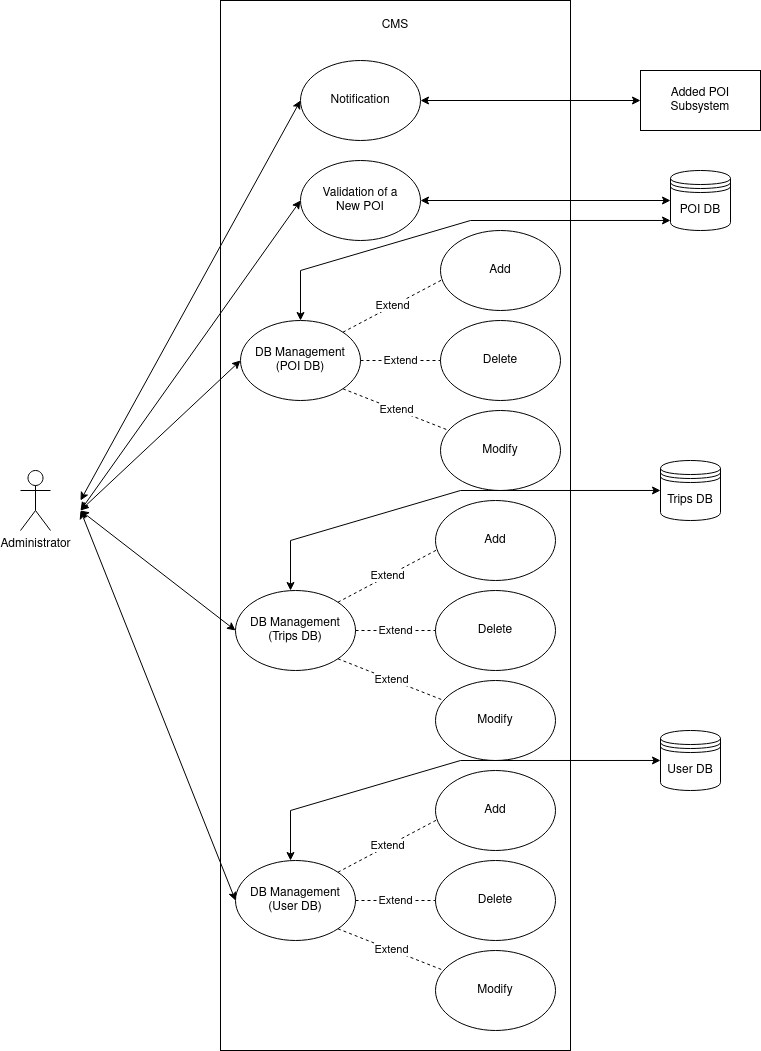
Earlier version of the draw.io export use_cases/CMS.drawio.png (Qiselong/SE-RASTA). Source tidied: cells renumbered, new cells last; positions are measured from the earlier drawing's top-left corner, leaving out a move shared by most shapes. Source of this version:
```xml
<mxGraphModel>
  <root>
    <mxCell id="0" />
    <mxCell id="1" parent="0" />
    <mxCell id="2" style="rounded=0;whiteSpace=wrap;html=1;" parent="1" vertex="1">
      <mxGeometry x="200" width="350" height="1050" as="geometry" />
    </mxCell>
    <mxCell id="3" value="&lt;div&gt;Added POI&lt;/div&gt;&lt;div&gt;Subsystem&lt;br&gt;&lt;/div&gt;" style="rounded=0;whiteSpace=wrap;html=1;" parent="1" vertex="1">
      <mxGeometry x="620" y="70" width="120" height="60" as="geometry" />
    </mxCell>
    <mxCell id="4" value="Notification" style="ellipse;whiteSpace=wrap;html=1;" parent="1" vertex="1">
      <mxGeometry x="280" y="60" width="120" height="80" as="geometry" />
    </mxCell>
    <mxCell id="5" style="endArrow=classic;startArrow=classic;html=1;rounded=0;entryX=0;entryY=0.5;entryDx=0;entryDy=0;exitX=1;exitY=0.5;exitDx=0;exitDy=0;" parent="1" edge="1" source="4" target="3">
      <mxGeometry relative="1" as="geometry" />
    </mxCell>
    <mxCell id="6" value="CMS" style="text;html=1;strokeColor=none;fillColor=none;align=center;verticalAlign=middle;whiteSpace=wrap;rounded=0;" parent="1" vertex="1">
      <mxGeometry x="345" y="10" width="60" height="30" as="geometry" />
    </mxCell>
    <mxCell id="7" value="Administrator" style="shape=umlActor;verticalLabelPosition=bottom;verticalAlign=top;html=1;" parent="1" vertex="1">
      <mxGeometry y="470" width="30" height="60" as="geometry" />
    </mxCell>
    <mxCell id="8" style="endArrow=classic;startArrow=classic;html=1;rounded=0;entryX=0;entryY=0.5;entryDx=0;entryDy=0;" parent="1" edge="1" target="4">
      <mxGeometry relative="1" as="geometry">
        <mxPoint x="60" y="500" as="sourcePoint" />
      </mxGeometry>
    </mxCell>
    <mxCell id="9" value="&lt;div&gt;Validation of a &lt;br&gt;&lt;/div&gt;&lt;div&gt;New POI&lt;br&gt;&lt;/div&gt;" style="ellipse;whiteSpace=wrap;html=1;" parent="1" vertex="1">
      <mxGeometry x="280" y="160" width="120" height="80" as="geometry" />
    </mxCell>
    <mxCell id="10" value="POI DB" style="shape=datastore;whiteSpace=wrap;html=1;" parent="1" vertex="1">
      <mxGeometry x="650" y="170" width="60" height="60" as="geometry" />
    </mxCell>
    <mxCell id="11" style="endArrow=classic;startArrow=classic;html=1;rounded=0;entryX=0;entryY=0.5;entryDx=0;entryDy=0;" parent="1" edge="1" target="9">
      <mxGeometry relative="1" as="geometry">
        <mxPoint x="60" y="510" as="sourcePoint" />
      </mxGeometry>
    </mxCell>
    <mxCell id="12" style="endArrow=classic;startArrow=classic;html=1;rounded=0;entryX=0;entryY=0.5;entryDx=0;entryDy=0;exitX=1;exitY=0.5;exitDx=0;exitDy=0;" parent="1" edge="1" source="9" target="10">
      <mxGeometry relative="1" as="geometry" />
    </mxCell>
    <mxCell id="13" value="&lt;div&gt;DB Management&lt;/div&gt;&lt;div&gt;(POI DB)&lt;br&gt;&lt;/div&gt;" style="ellipse;whiteSpace=wrap;html=1;" parent="1" vertex="1">
      <mxGeometry x="220" y="320" width="120" height="80" as="geometry" />
    </mxCell>
    <mxCell id="14" value="Add" style="ellipse;whiteSpace=wrap;html=1;" parent="1" vertex="1">
      <mxGeometry x="420" y="230" width="120" height="80" as="geometry" />
    </mxCell>
    <mxCell id="15" value="Delete" style="ellipse;whiteSpace=wrap;html=1;" parent="1" vertex="1">
      <mxGeometry x="420" y="320" width="120" height="80" as="geometry" />
    </mxCell>
    <mxCell id="16" value="Modify" style="ellipse;whiteSpace=wrap;html=1;" parent="1" vertex="1">
      <mxGeometry x="420" y="410" width="120" height="80" as="geometry" />
    </mxCell>
    <mxCell id="17" value="Extend" style="endArrow=none;dashed=1;html=1;rounded=0;entryX=0.017;entryY=0.613;entryDx=0;entryDy=0;entryPerimeter=0;exitX=1;exitY=0;exitDx=0;exitDy=0;" parent="1" edge="1" source="13" target="14">
      <mxGeometry relative="1" as="geometry" />
    </mxCell>
    <mxCell id="18" value="&lt;div&gt;Extend&lt;/div&gt;" style="endArrow=none;dashed=1;html=1;rounded=0;exitX=1;exitY=0.5;exitDx=0;exitDy=0;entryX=0;entryY=0.5;entryDx=0;entryDy=0;" parent="1" edge="1" source="13" target="15">
      <mxGeometry relative="1" as="geometry" />
    </mxCell>
    <mxCell id="19" value="&lt;div&gt;Extend&lt;/div&gt;" style="endArrow=none;dashed=1;html=1;rounded=0;exitX=1;exitY=1;exitDx=0;exitDy=0;" parent="1" edge="1" source="13" target="16">
      <mxGeometry relative="1" as="geometry" />
    </mxCell>
    <mxCell id="20" value="&lt;div&gt;DB Management&lt;/div&gt;&lt;div&gt;(User DB)&lt;br&gt;&lt;/div&gt;" style="ellipse;whiteSpace=wrap;html=1;" parent="1" vertex="1">
      <mxGeometry x="215" y="860" width="120" height="80" as="geometry" />
    </mxCell>
    <mxCell id="21" value="Add" style="ellipse;whiteSpace=wrap;html=1;" parent="1" vertex="1">
      <mxGeometry x="415" y="770" width="120" height="80" as="geometry" />
    </mxCell>
    <mxCell id="22" value="Delete" style="ellipse;whiteSpace=wrap;html=1;" parent="1" vertex="1">
      <mxGeometry x="415" y="860" width="120" height="80" as="geometry" />
    </mxCell>
    <mxCell id="23" value="Modify" style="ellipse;whiteSpace=wrap;html=1;" parent="1" vertex="1">
      <mxGeometry x="415" y="950" width="120" height="80" as="geometry" />
    </mxCell>
    <mxCell id="24" value="Extend" style="endArrow=none;dashed=1;html=1;rounded=0;entryX=0.017;entryY=0.613;entryDx=0;entryDy=0;entryPerimeter=0;exitX=1;exitY=0;exitDx=0;exitDy=0;" parent="1" edge="1" source="20" target="21">
      <mxGeometry relative="1" as="geometry" />
    </mxCell>
    <mxCell id="25" value="&lt;div&gt;Extend&lt;/div&gt;" style="endArrow=none;dashed=1;html=1;rounded=0;exitX=1;exitY=0.5;exitDx=0;exitDy=0;entryX=0;entryY=0.5;entryDx=0;entryDy=0;" parent="1" edge="1" source="20" target="22">
      <mxGeometry relative="1" as="geometry" />
    </mxCell>
    <mxCell id="26" value="&lt;div&gt;Extend&lt;/div&gt;" style="endArrow=none;dashed=1;html=1;rounded=0;exitX=1;exitY=1;exitDx=0;exitDy=0;" parent="1" edge="1" source="20" target="23">
      <mxGeometry relative="1" as="geometry" />
    </mxCell>
    <mxCell id="27" value="&lt;div&gt;DB Management&lt;/div&gt;&lt;div&gt;(Trips DB)&lt;br&gt;&lt;/div&gt;" style="ellipse;whiteSpace=wrap;html=1;" parent="1" vertex="1">
      <mxGeometry x="215" y="590" width="120" height="80" as="geometry" />
    </mxCell>
    <mxCell id="28" value="Add" style="ellipse;whiteSpace=wrap;html=1;" parent="1" vertex="1">
      <mxGeometry x="415" y="500" width="120" height="80" as="geometry" />
    </mxCell>
    <mxCell id="29" value="Delete" style="ellipse;whiteSpace=wrap;html=1;" parent="1" vertex="1">
      <mxGeometry x="415" y="590" width="120" height="80" as="geometry" />
    </mxCell>
    <mxCell id="30" value="Modify" style="ellipse;whiteSpace=wrap;html=1;" parent="1" vertex="1">
      <mxGeometry x="415" y="680" width="120" height="80" as="geometry" />
    </mxCell>
    <mxCell id="31" value="Extend" style="endArrow=none;dashed=1;html=1;rounded=0;entryX=0.017;entryY=0.613;entryDx=0;entryDy=0;entryPerimeter=0;exitX=1;exitY=0;exitDx=0;exitDy=0;" parent="1" edge="1" source="27" target="28">
      <mxGeometry relative="1" as="geometry" />
    </mxCell>
    <mxCell id="32" value="&lt;div&gt;Extend&lt;/div&gt;" style="endArrow=none;dashed=1;html=1;rounded=0;exitX=1;exitY=0.5;exitDx=0;exitDy=0;entryX=0;entryY=0.5;entryDx=0;entryDy=0;" parent="1" edge="1" source="27" target="29">
      <mxGeometry relative="1" as="geometry" />
    </mxCell>
    <mxCell id="33" value="&lt;div&gt;Extend&lt;/div&gt;" style="endArrow=none;dashed=1;html=1;rounded=0;exitX=1;exitY=1;exitDx=0;exitDy=0;" parent="1" edge="1" source="27" target="30">
      <mxGeometry relative="1" as="geometry" />
    </mxCell>
    <mxCell id="34" style="endArrow=classic;startArrow=classic;html=1;rounded=0;exitX=0;exitY=0.5;exitDx=0;exitDy=0;" parent="1" edge="1" source="13">
      <mxGeometry relative="1" as="geometry">
        <mxPoint x="60" y="510" as="targetPoint" />
      </mxGeometry>
    </mxCell>
    <mxCell id="35" style="endArrow=classic;startArrow=classic;html=1;rounded=0;exitX=0;exitY=0.5;exitDx=0;exitDy=0;" parent="1" edge="1" source="27">
      <mxGeometry relative="1" as="geometry">
        <mxPoint x="60" y="510" as="targetPoint" />
      </mxGeometry>
    </mxCell>
    <mxCell id="36" style="endArrow=classic;startArrow=classic;html=1;rounded=0;exitX=0;exitY=0.5;exitDx=0;exitDy=0;" parent="1" edge="1" source="20">
      <mxGeometry relative="1" as="geometry">
        <mxPoint x="60" y="510" as="targetPoint" />
      </mxGeometry>
    </mxCell>
    <mxCell id="37" style="endArrow=classic;startArrow=classic;html=1;rounded=0;entryX=0;entryY=0.833;entryDx=0;entryDy=0;entryPerimeter=0;exitX=0.5;exitY=0;exitDx=0;exitDy=0;" parent="1" edge="1" source="13" target="10">
      <mxGeometry relative="1" as="geometry">
        <Array as="points">
          <mxPoint x="280" y="270" />
          <mxPoint x="450" y="220" />
        </Array>
      </mxGeometry>
    </mxCell>
    <mxCell id="38" value="Trips DB" style="shape=datastore;whiteSpace=wrap;html=1;" parent="1" vertex="1">
      <mxGeometry x="640" y="460" width="60" height="60" as="geometry" />
    </mxCell>
    <mxCell id="39" style="endArrow=classic;startArrow=classic;html=1;rounded=0;entryX=0;entryY=0.833;entryDx=0;entryDy=0;entryPerimeter=0;exitX=0.5;exitY=0;exitDx=0;exitDy=0;" parent="1" edge="1">
      <mxGeometry relative="1" as="geometry">
        <mxPoint x="270" y="590" as="sourcePoint" />
        <mxPoint x="640" y="490" as="targetPoint" />
        <Array as="points">
          <mxPoint x="270" y="540" />
          <mxPoint x="440" y="490" />
        </Array>
      </mxGeometry>
    </mxCell>
    <mxCell id="40" style="endArrow=classic;startArrow=classic;html=1;rounded=0;entryX=0;entryY=0.833;entryDx=0;entryDy=0;entryPerimeter=0;exitX=0.5;exitY=0;exitDx=0;exitDy=0;" parent="1" edge="1">
      <mxGeometry relative="1" as="geometry">
        <mxPoint x="270" y="860" as="sourcePoint" />
        <mxPoint x="640" y="760" as="targetPoint" />
        <Array as="points">
          <mxPoint x="270" y="810" />
          <mxPoint x="440" y="760" />
        </Array>
      </mxGeometry>
    </mxCell>
    <mxCell id="41" value="User DB" style="shape=datastore;whiteSpace=wrap;html=1;" parent="1" vertex="1">
      <mxGeometry x="640" y="730" width="60" height="60" as="geometry" />
    </mxCell>
  </root>
</mxGraphModel>
```
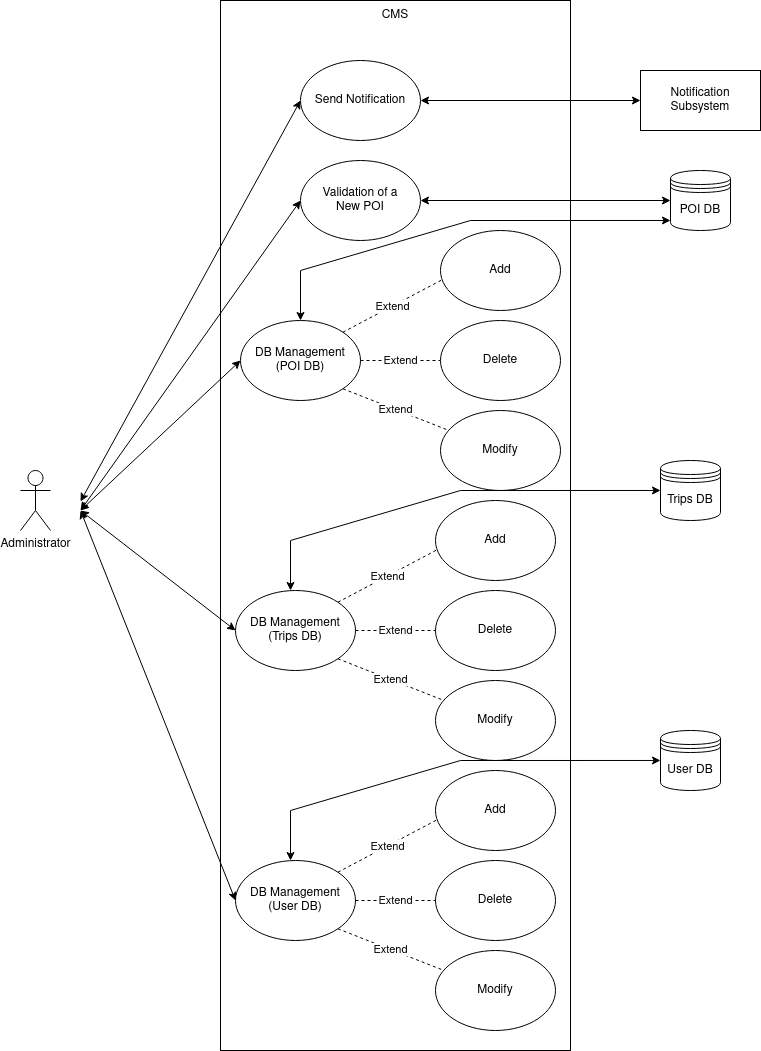
After the commit.

The edit, as a diff of the source:
```diff
@@ -5,26 +5,12 @@
     <mxCell id="2" style="rounded=0;whiteSpace=wrap;html=1;" parent="1" vertex="1">
       <mxGeometry x="200" width="350" height="1050" as="geometry" />
     </mxCell>
-    <mxCell id="3" value="&lt;div&gt;Added POI&lt;/div&gt;&lt;div&gt;Subsystem&lt;br&gt;&lt;/div&gt;" style="rounded=0;whiteSpace=wrap;html=1;" parent="1" vertex="1">
-      <mxGeometry x="620" y="70" width="120" height="60" as="geometry" />
-    </mxCell>
-    <mxCell id="4" value="Notification" style="ellipse;whiteSpace=wrap;html=1;" parent="1" vertex="1">
-      <mxGeometry x="280" y="60" width="120" height="80" as="geometry" />
-    </mxCell>
-    <mxCell id="5" style="endArrow=classic;startArrow=classic;html=1;rounded=0;entryX=0;entryY=0.5;entryDx=0;entryDy=0;exitX=1;exitY=0.5;exitDx=0;exitDy=0;" parent="1" edge="1" source="4" target="3">
-      <mxGeometry relative="1" as="geometry" />
-    </mxCell>
     <mxCell id="6" value="CMS" style="text;html=1;strokeColor=none;fillColor=none;align=center;verticalAlign=middle;whiteSpace=wrap;rounded=0;" parent="1" vertex="1">
-      <mxGeometry x="345" y="10" width="60" height="30" as="geometry" />
+      <mxGeometry x="345" width="60" height="30" as="geometry" />
     </mxCell>
     <mxCell id="7" value="Administrator" style="shape=umlActor;verticalLabelPosition=bottom;verticalAlign=top;html=1;" parent="1" vertex="1">
       <mxGeometry y="470" width="30" height="60" as="geometry" />
     </mxCell>
-    <mxCell id="8" style="endArrow=classic;startArrow=classic;html=1;rounded=0;entryX=0;entryY=0.5;entryDx=0;entryDy=0;" parent="1" edge="1" target="4">
-      <mxGeometry relative="1" as="geometry">
-        <mxPoint x="60" y="500" as="sourcePoint" />
-      </mxGeometry>
-    </mxCell>
     <mxCell id="9" value="&lt;div&gt;Validation of a &lt;br&gt;&lt;/div&gt;&lt;div&gt;New POI&lt;br&gt;&lt;/div&gt;" style="ellipse;whiteSpace=wrap;html=1;" parent="1" vertex="1">
       <mxGeometry x="280" y="160" width="120" height="80" as="geometry" />
     </mxCell>
@@ -151,5 +137,19 @@
     <mxCell id="41" value="User DB" style="shape=datastore;whiteSpace=wrap;html=1;" parent="1" vertex="1">
       <mxGeometry x="640" y="730" width="60" height="60" as="geometry" />
     </mxCell>
+    <mxCell id="42" value="Send Notification" style="ellipse;whiteSpace=wrap;html=1;" parent="1" vertex="1">
+      <mxGeometry x="280" y="60" width="120" height="80" as="geometry" />
+    </mxCell>
+    <mxCell id="43" value="&lt;div&gt;Notification&lt;br&gt;&lt;/div&gt;&lt;div&gt;Subsystem&lt;br&gt;&lt;/div&gt;" style="rounded=0;whiteSpace=wrap;html=1;" parent="1" vertex="1">
+      <mxGeometry x="620" y="70" width="120" height="60" as="geometry" />
+    </mxCell>
+    <mxCell id="44" style="endArrow=classic;startArrow=classic;html=1;rounded=0;entryX=0;entryY=0.5;entryDx=0;entryDy=0;exitX=1;exitY=0.5;exitDx=0;exitDy=0;" parent="1" edge="1" source="42" target="43">
+      <mxGeometry relative="1" as="geometry" />
+    </mxCell>
+    <mxCell id="45" style="endArrow=classic;startArrow=classic;html=1;rounded=0;entryX=0;entryY=0.5;entryDx=0;entryDy=0;" parent="1" edge="1" target="42">
+      <mxGeometry relative="1" as="geometry">
+        <mxPoint x="60" y="501" as="sourcePoint" />
+      </mxGeometry>
+    </mxCell>
   </root>
 </mxGraphModel>
```
